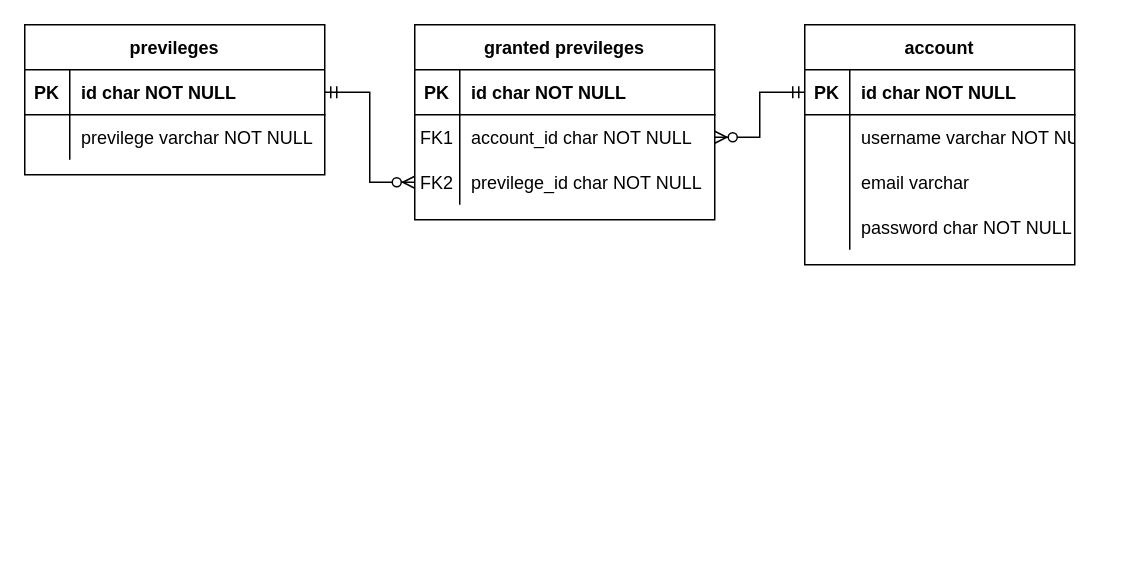
Before: carwash.drawio in amar-ti2021/carwash, a draw.io diagram. Source tidied: cells renumbered, new cells numbered last; positions are measured from the earlier drawing's top-left corner, leaving out a move shared by most shapes. Both pictures are drawn from the tidied source at 150%, with x=0, y=0 at pixel (24, 24).
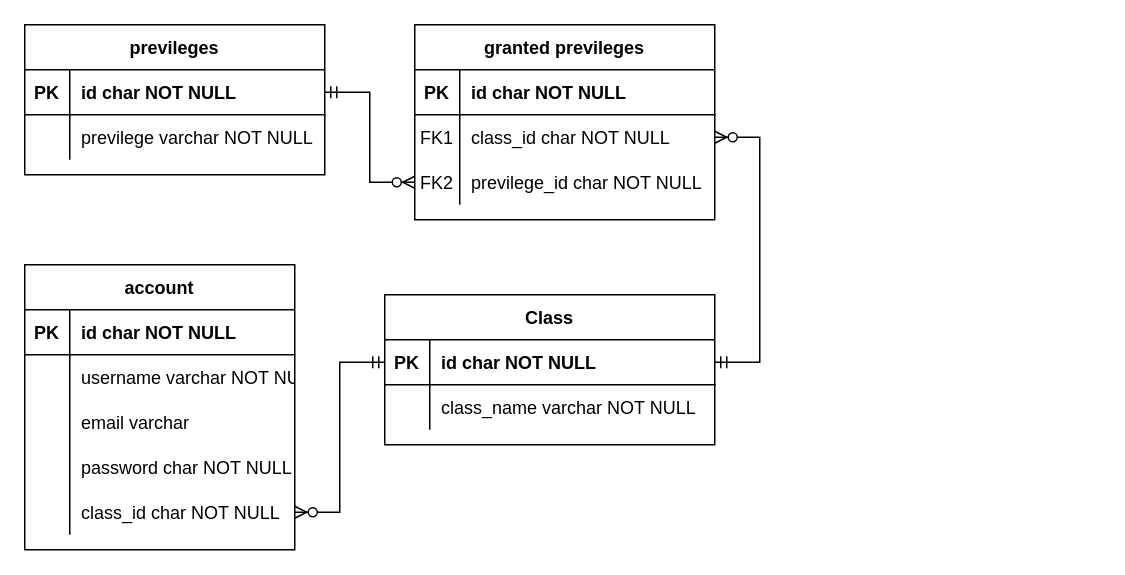
The same page after the edit.

The change refers to these unchanged cells:
```xml
<mxCell id="13" style="shape=tableRow;horizontal=0;startSize=0;swimlaneHead=0;swimlaneBody=0;fillColor=none;points=[[0,0.5],[1,0.5]];portConstraint=eastwest;top=0;left=0;right=0;bottom=0;" parent="9" vertex="1">
  <mxGeometry y="60" width="200" height="30" as="geometry" />
</mxCell>
<mxCell id="21" style="shape=tableRow;horizontal=0;startSize=0;swimlaneHead=0;swimlaneBody=0;fillColor=none;points=[[0,0.5],[1,0.5]];portConstraint=eastwest;top=0;left=0;right=0;bottom=1;" parent="20" vertex="1">
  <mxGeometry y="30" width="180" height="30" as="geometry" />
</mxCell>
```

Change to the diagram source:
```diff
@@
-    <mxCell id="15" value="account_id char NOT NULL" style="shape=partialRectangle;fillColor=none;top=0;left=0;bottom=0;right=0;align=left;spacingLeft=6;overflow=hidden;" parent="13" vertex="1">
+    <mxCell id="15" value="class_id char NOT NULL" style="shape=partialRectangle;fillColor=none;top=0;left=0;bottom=0;right=0;align=left;spacingLeft=6;overflow=hidden;" parent="13" vertex="1">
       <mxGeometry x="30" width="170" height="30" as="geometry" />
     </mxCell>
@@
     <mxCell id="20" value="account" style="shape=table;startSize=30;childLayout=tableLayout;rowLines=0;fontStyle=1;align=center;" parent="1" vertex="1">
-      <mxGeometry x="520" width="180" height="160" as="geometry" />
+      <mxGeometry y="160" width="180" height="190" as="geometry" />
     </mxCell>
@@
+    <mxCell id="34" style="shape=tableRow;horizontal=0;startSize=0;swimlaneHead=0;swimlaneBody=0;fillColor=none;points=[[0,0.5],[1,0.5]];portConstraint=eastwest;top=0;left=0;right=0;bottom=0;" parent="20" vertex="1">
+      <mxGeometry y="150" width="180" height="30" as="geometry" />
+    </mxCell>
+    <mxCell id="35" style="shape=partialRectangle;fillColor=none;top=0;left=0;bottom=0;right=0;overflow=hidden;" parent="34" vertex="1">
+      <mxGeometry width="30" height="30" as="geometry" />
+    </mxCell>
+    <mxCell id="36" value="class_id char NOT NULL" style="shape=partialRectangle;fillColor=none;top=0;left=0;bottom=0;right=0;align=left;spacingLeft=6;overflow=hidden;" parent="34" vertex="1">
+      <mxGeometry x="30" width="150" height="30" as="geometry" />
+    </mxCell>
-    <mxCell id="33" style="edgeStyle=entityRelationEdgeStyle;fontSize=12;html=1;endArrow=ERzeroToMany;startArrow=ERmandOne;rounded=0;exitX=0;exitY=0.5;exitDx=0;exitDy=0;" parent="1" edge="1" source="21" target="13">
+    <mxCell id="33" style="edgeStyle=entityRelationEdgeStyle;fontSize=12;html=1;endArrow=ERzeroToMany;startArrow=ERmandOne;rounded=0;exitX=0;exitY=0.5;exitDx=0;exitDy=0;entryX=1;entryY=0.5;entryDx=0;entryDy=0;" parent="1" edge="1" source="38" target="34">
       <mxGeometry relative="1" as="geometry" />
     </mxCell>
+    <mxCell id="37" value="Class" style="shape=table;startSize=30;childLayout=tableLayout;rowLines=0;fontStyle=1;align=center;" parent="1" vertex="1">
+      <mxGeometry x="240" y="180" width="220" height="100" as="geometry" />
+    </mxCell>
+    <mxCell id="38" style="shape=tableRow;horizontal=0;startSize=0;swimlaneHead=0;swimlaneBody=0;fillColor=none;points=[[0,0.5],[1,0.5]];portConstraint=eastwest;top=0;left=0;right=0;bottom=1;" parent="37" vertex="1">
+      <mxGeometry y="30" width="220" height="30" as="geometry" />
+    </mxCell>
+    <mxCell id="39" value="PK" style="shape=partialRectangle;fillColor=none;top=0;left=0;bottom=0;right=0;fontStyle=1;overflow=hidden;" parent="38" vertex="1">
+      <mxGeometry width="30" height="30" as="geometry" />
+    </mxCell>
+    <mxCell id="40" value="id char NOT NULL" style="shape=partialRectangle;fillColor=none;top=0;left=0;bottom=0;right=0;align=left;spacingLeft=6;fontStyle=1;overflow=hidden;" parent="38" vertex="1">
+      <mxGeometry x="30" width="190" height="30" as="geometry" />
+    </mxCell>
+    <mxCell id="41" style="shape=tableRow;horizontal=0;startSize=0;swimlaneHead=0;swimlaneBody=0;fillColor=none;top=0;left=0;right=0;bottom=0;" parent="37" vertex="1">
+      <mxGeometry y="60" width="220" height="30" as="geometry" />
+    </mxCell>
+    <mxCell id="42" style="shape=partialRectangle;fillColor=none;top=0;left=0;bottom=0;right=0;overflow=hidden;" parent="41" vertex="1">
+      <mxGeometry width="30" height="30" as="geometry" />
+    </mxCell>
+    <mxCell id="43" value="class_name varchar NOT NULL" style="shape=partialRectangle;fillColor=none;top=0;left=0;bottom=0;right=0;align=left;spacingLeft=6;overflow=hidden;" parent="41" vertex="1">
+      <mxGeometry x="30" width="190" height="30" as="geometry" />
+    </mxCell>
+    <mxCell id="44" style="edgeStyle=entityRelationEdgeStyle;fontSize=12;html=1;endArrow=ERzeroToMany;startArrow=ERmandOne;rounded=0;exitX=1;exitY=0.5;exitDx=0;exitDy=0;entryX=1;entryY=0.5;entryDx=0;entryDy=0;" parent="1" edge="1" source="38" target="13">
+      <mxGeometry relative="1" as="geometry" />
+    </mxCell>
```
